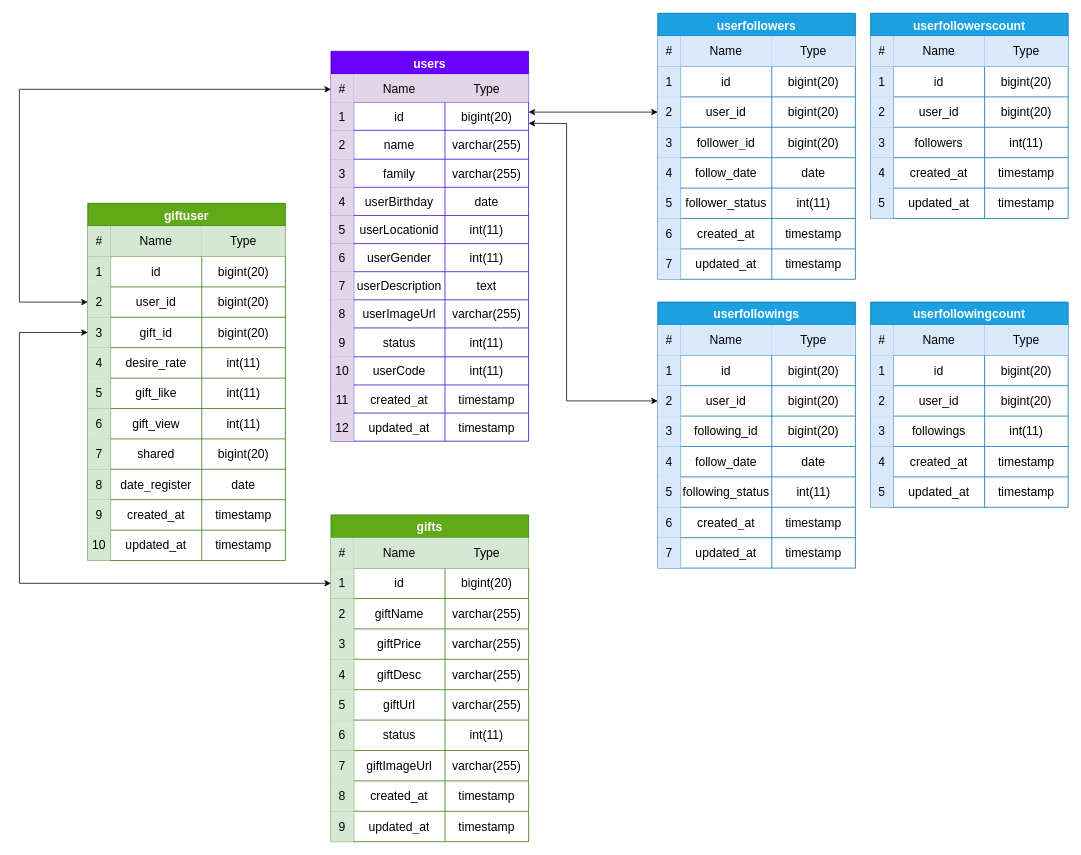
This is Untitled Diagram.drawio from Rezarezaeipour/wiishy-diagram, a draw.io file, before an edit. Source tidied: cells renumbered, new cells numbered last; positions are measured from the earlier drawing's top-left corner, leaving out a move shared by most shapes. Both pictures are drawn from the tidied source at 76%, with x=0, y=0 at pixel (19, 13).
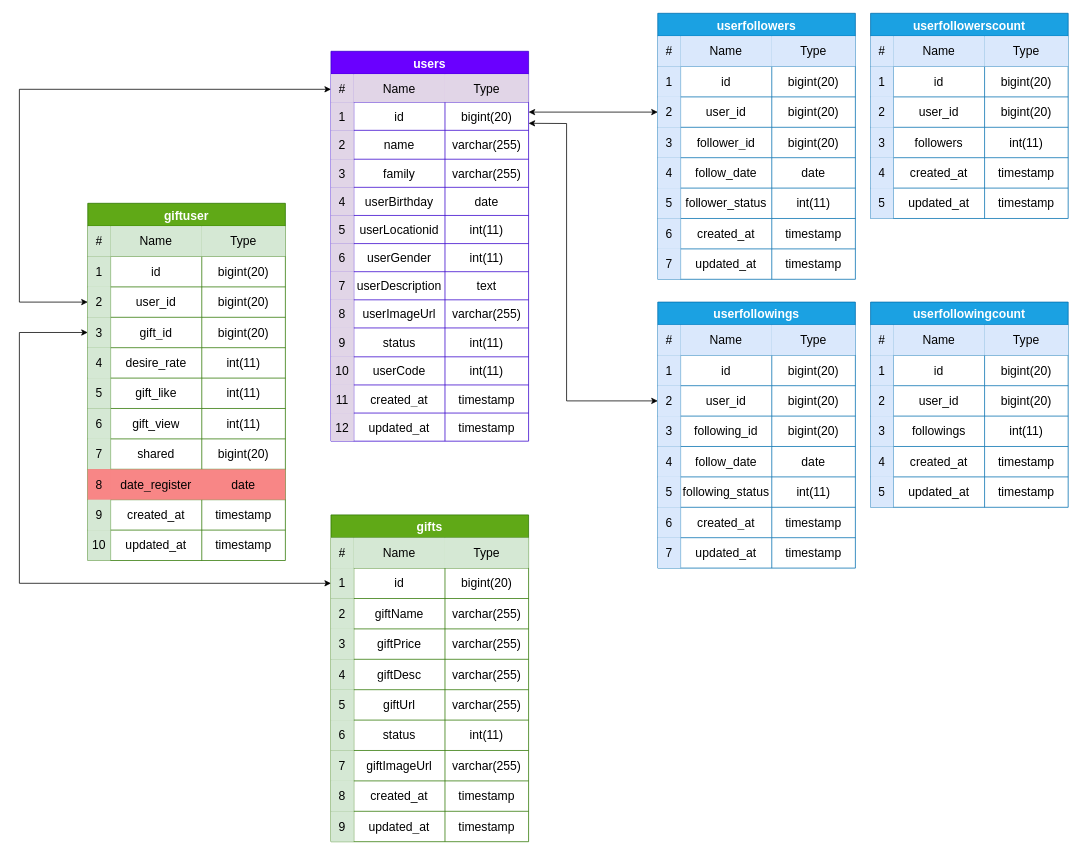
The same page after the edit.

Commit message:
remove usergifts date_register

The change refers to these unchanged cells:
```xml
<mxCell id="96" value="giftuser" style="shape=table;startSize=30;childLayout=tableLayout;strokeColor=#2D7600;fontSize=16;fillColor=#60a917;fontStyle=1;fontColor=#ffffff;" parent="1" vertex="1">
  <mxGeometry x="90" y="250" width="260" height="470" as="geometry" />
</mxCell>
```

What changed in the source:
```diff
@@
-    <mxCell id="129" style="shape=tableRow;horizontal=0;startSize=0;swimlaneHead=0;swimlaneBody=0;strokeColor=inherit;top=0;left=0;bottom=0;right=0;fillColor=none;fontSize=16;" parent="96" vertex="1">
+    <mxCell id="129" style="shape=tableRow;horizontal=0;startSize=0;swimlaneHead=0;swimlaneBody=0;top=0;left=0;bottom=0;right=0;fillColor=#F88686;fontSize=16;strokeColor=#b85450;" parent="96" vertex="1">
       <mxGeometry y="350" width="260" height="40" as="geometry" />
     </mxCell>
-    <mxCell id="130" value="8" style="shape=partialRectangle;html=1;whiteSpace=wrap;strokeColor=#82b366;overflow=hidden;fillColor=#d5e8d4;top=0;left=0;bottom=0;right=0;fontSize=16;" parent="129" vertex="1">
+    <mxCell id="130" value="8" style="shape=partialRectangle;html=1;whiteSpace=wrap;strokeColor=#b85450;overflow=hidden;fillColor=#F88686;top=0;left=0;bottom=0;right=0;fontSize=16;" parent="129" vertex="1">
       <mxGeometry width="30" height="40" as="geometry" />
     </mxCell>
```
